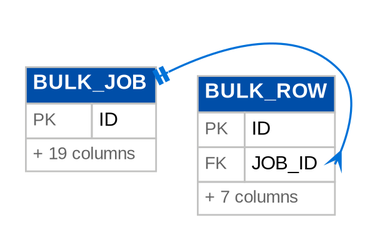
Before: docs/deliverables/src/programme/security_data/figures/erd/d02_bulk.png, a diagram exported from Graphviz (IortaTexhNXT-DEV/FinVerse). Its source is kept beside it as docs/deliverables/src/programme/security_data/figures/erd/d02_bulk.dot.
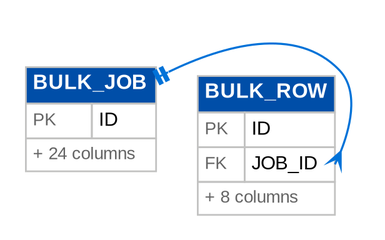
After the change.

Diff of the diagram source:
```diff
@@ -2,7 +2,7 @@
   graph [layout=neato, overlap=prism, overlap_scaling=-4, sep="+12", splines=true, fontname="Arial", nodesep=0.3, ranksep=0.8, pad=0.2, bgcolor="white"];
   node [shape=plain, fontname="Arial"];
   edge [color="@CTA_BLUE", arrowsize=0.8, penwidth=1.2, dir=both];
-  "bulk_job" [label=<<table border="0" cellborder="1" cellspacing="0" cellpadding="3" color="@BORDER"><tr><td bgcolor="@HEADER_BLUE" align="left" colspan="2"><font color="@WHITE" point-size="12"><b>BULK_JOB</b></font></td></tr><tr><td align="left"><font point-size="10" color="@MUTED">PK</font></td><td align="left" port="id"><font point-size="11">ID</font></td></tr><tr><td colspan="2" align="left"><font point-size="10" color="@MUTED">+ 19 columns</font></td></tr></table>>];
-  "bulk_row" [label=<<table border="0" cellborder="1" cellspacing="0" cellpadding="3" color="@BORDER"><tr><td bgcolor="@HEADER_BLUE" align="left" colspan="2"><font color="@WHITE" point-size="12"><b>BULK_ROW</b></font></td></tr><tr><td align="left"><font point-size="10" color="@MUTED">PK</font></td><td align="left" port="id"><font point-size="11">ID</font></td></tr><tr><td align="left"><font point-size="10" color="@MUTED">FK</font></td><td align="left" port="job_id"><font point-size="11">JOB_ID</font></td></tr><tr><td colspan="2" align="left"><font point-size="10" color="@MUTED">+ 7 columns</font></td></tr></table>>];
+  "bulk_job" [label=<<table border="0" cellborder="1" cellspacing="0" cellpadding="3" color="@BORDER"><tr><td bgcolor="@HEADER_BLUE" align="left" colspan="2"><font color="@WHITE" point-size="12"><b>BULK_JOB</b></font></td></tr><tr><td align="left"><font point-size="10" color="@MUTED">PK</font></td><td align="left" port="id"><font point-size="11">ID</font></td></tr><tr><td colspan="2" align="left"><font point-size="10" color="@MUTED">+ 24 columns</font></td></tr></table>>];
+  "bulk_row" [label=<<table border="0" cellborder="1" cellspacing="0" cellpadding="3" color="@BORDER"><tr><td bgcolor="@HEADER_BLUE" align="left" colspan="2"><font color="@WHITE" point-size="12"><b>BULK_ROW</b></font></td></tr><tr><td align="left"><font point-size="10" color="@MUTED">PK</font></td><td align="left" port="id"><font point-size="11">ID</font></td></tr><tr><td align="left"><font point-size="10" color="@MUTED">FK</font></td><td align="left" port="job_id"><font point-size="11">JOB_ID</font></td></tr><tr><td colspan="2" align="left"><font point-size="10" color="@MUTED">+ 8 columns</font></td></tr></table>>];
   "bulk_row":"job_id" -> "bulk_job" [arrowtail=crow, arrowhead=teetee];
 }
```
